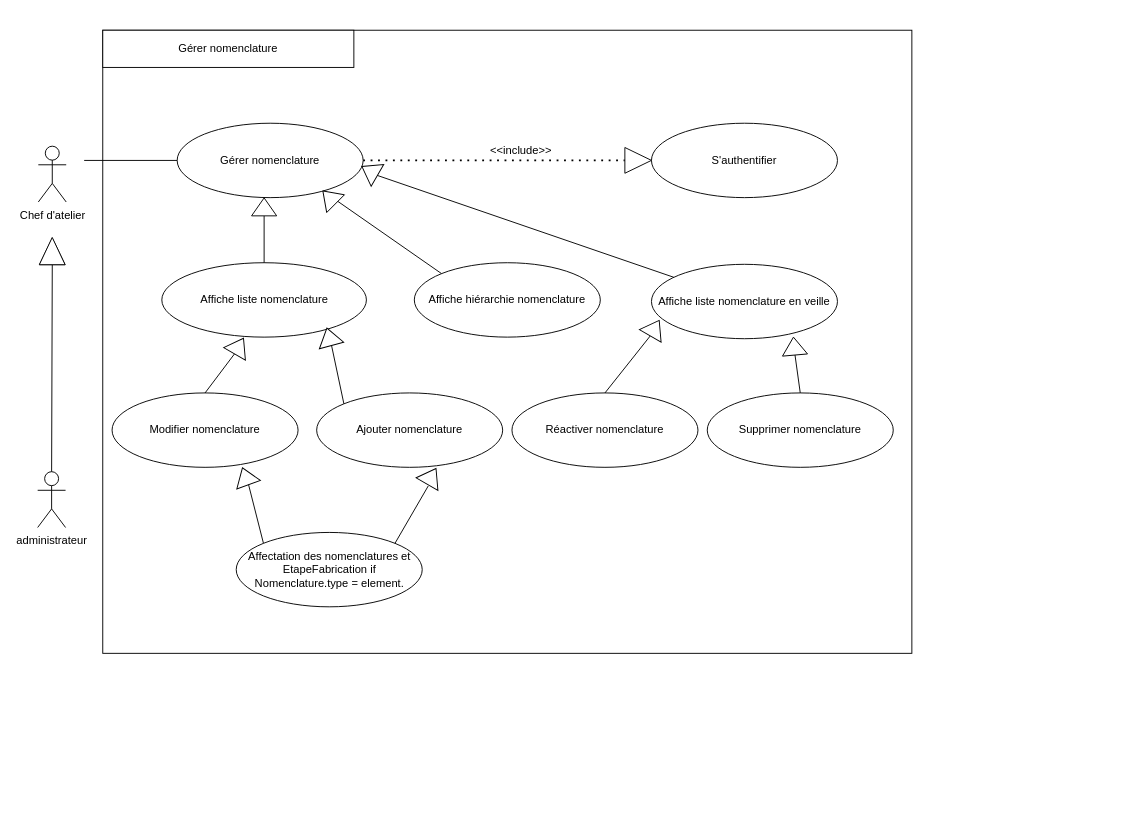
Earlier version of the draw.io diagram GérerNomenclature.drawio (AbdelazizBs/GPAO-SpringApp). Source tidied: cells renumbered, new cells numbered last; positions are measured from the earlier drawing's top-left corner, leaving out a move shared by most shapes. Both pictures are drawn from the tidied source at 93%, with x=0, y=0 at pixel (37, 30).
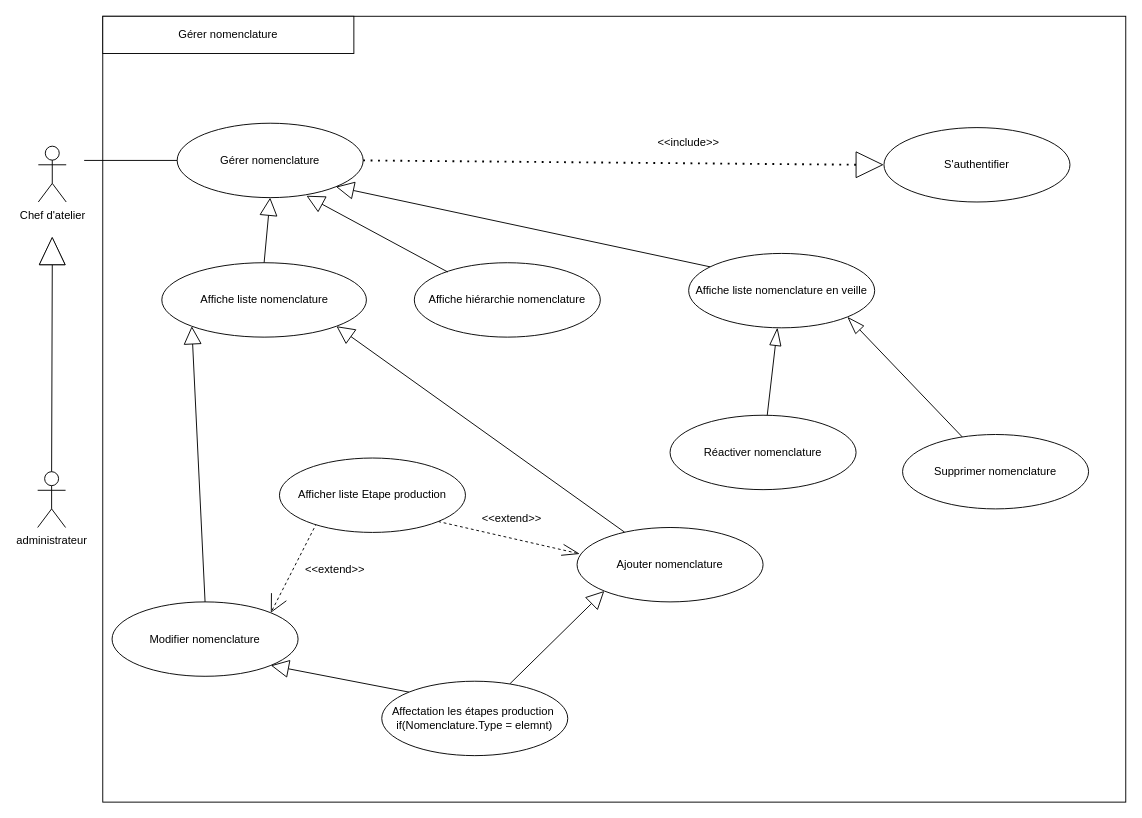
The same page after the edit.

Commit message:
Mettre à jour GérerNomenclature.drawio

Unchanged cells that the change refers to:
```xml
<mxCell id="5" value="Gérer nomenclature" style="ellipse;whiteSpace=wrap;html=1;" parent="1" vertex="1">
  <mxGeometry x="150" y="100" width="200" height="80" as="geometry" />
</mxCell>
<mxCell id="8" value="Affiche liste nomenclature" style="ellipse;whiteSpace=wrap;html=1;" parent="1" vertex="1">
  <mxGeometry x="133.5" y="250" width="220" height="80" as="geometry" />
</mxCell>
<mxCell id="20" value="Affiche hiérarchie nomenclature" style="ellipse;whiteSpace=wrap;html=1;" parent="1" vertex="1">
  <mxGeometry x="405" y="250" width="200" height="80" as="geometry" />
</mxCell>
```

The edit, as a diff of the source:
```diff
@@
     <mxCell id="2" style="rounded=0;whiteSpace=wrap;html=1;" parent="1" vertex="1">
-      <mxGeometry x="70" width="870" height="670" as="geometry" />
+      <mxGeometry x="70" y="-15" width="1100" height="845" as="geometry" />
     </mxCell>
@@
     <mxCell id="7" value="S'authentifier" style="ellipse;whiteSpace=wrap;html=1;" parent="1" vertex="1">
-      <mxGeometry x="660" y="100" width="200" height="80" as="geometry" />
+      <mxGeometry x="910" y="104.7" width="200" height="80" as="geometry" />
     </mxCell>
@@
-    <mxCell id="12" style="endArrow=none;html=1;rounded=0;exitX=0.5;exitY=0;exitDx=0;exitDy=0;entryX=0;entryY=0.5;entryDx=0;entryDy=0;" parent="1" edge="1" source="8" target="23">
-      <mxGeometry relative="1" as="geometry" />
-    </mxCell>
+    <mxCell id="41" style="rounded=0;jettySize=auto;html=1;exitX=0.2;exitY=0.875;exitDx=0;exitDy=0;endArrow=open;endFill=0;endSize=17;dashed=1;exitPerimeter=0;entryX=1;entryY=0;entryDx=0;entryDy=0;" parent="1" edge="1" source="30" target="13">
+      <mxGeometry relative="1" as="geometry" />
+    </mxCell>
     <mxCell id="13" value="Modifier nomenclature" style="ellipse;whiteSpace=wrap;html=1;" parent="1" vertex="1">
-      <mxGeometry x="80" y="390" width="200" height="80" as="geometry" />
+      <mxGeometry x="80" y="614.7" width="200" height="80" as="geometry" />
     </mxCell>
@@
     <mxCell id="15" style="triangle;whiteSpace=wrap;html=1;rotation=0;" parent="1" vertex="1">
-      <mxGeometry x="631.4" y="126.1" width="28.6" height="27.7" as="geometry" />
+      <mxGeometry x="880" y="130.8" width="28.6" height="27.7" as="geometry" />
     </mxCell>
     <mxCell id="16" value="&amp;lt;&amp;lt;include&amp;gt;&amp;gt;" style="text;html=1;strokeColor=none;fillColor=none;align=center;verticalAlign=middle;whiteSpace=wrap;rounded=0;" parent="1" vertex="1">
-      <mxGeometry x="500" y="120" width="40" height="20" as="geometry" />
+      <mxGeometry x="680" y="110.8" width="40" height="20" as="geometry" />
     </mxCell>
-    <mxCell id="17" style="endArrow=none;html=1;rounded=0;entryX=0;entryY=0.5;entryDx=0;entryDy=0;exitX=0.5;exitY=0;exitDx=0;exitDy=0;" parent="1" edge="1" source="13" target="19">
-      <mxGeometry relative="1" as="geometry" />
-    </mxCell>
     <mxCell id="18" value="Gérer nomenclature" style="rounded=0;whiteSpace=wrap;html=1;" parent="1" vertex="1">
-      <mxGeometry x="70" width="270" height="40" as="geometry" />
+      <mxGeometry x="70" y="-15" width="270" height="40" as="geometry" />
     </mxCell>
-    <mxCell id="19" style="triangle;whiteSpace=wrap;html=1;rotation=-150;direction=south;" parent="1" vertex="1">
-      <mxGeometry x="203" y="330" width="27" height="19.3" as="geometry" />
-    </mxCell>
@@
-    <mxCell id="21" style="endArrow=none;html=1;rounded=0;entryX=1;entryY=0.5;entryDx=0;entryDy=0;exitX=0;exitY=0;exitDx=0;exitDy=0;" parent="1" edge="1" source="20" target="22">
-      <mxGeometry relative="1" as="geometry" />
-    </mxCell>
-    <mxCell id="22" style="triangle;whiteSpace=wrap;html=1;rotation=135;direction=south;" parent="1" vertex="1">
-      <mxGeometry x="300" y="170" width="27" height="19.3" as="geometry" />
-    </mxCell>
-    <mxCell id="23" style="triangle;whiteSpace=wrap;html=1;rotation=-180;direction=south;" parent="1" vertex="1">
-      <mxGeometry x="230" y="180.3" width="27" height="19.3" as="geometry" />
-    </mxCell>
     <mxCell id="24" value="Affiche liste nomenclature en veille" style="ellipse;whiteSpace=wrap;html=1;" parent="1" vertex="1">
-      <mxGeometry x="660" y="251.7" width="200" height="80" as="geometry" />
+      <mxGeometry x="700" y="240" width="200" height="80" as="geometry" />
     </mxCell>
-    <mxCell id="25" style="triangle;whiteSpace=wrap;html=1;rotation=120;direction=south;" parent="1" vertex="1">
-      <mxGeometry x="343.5" y="141.7" width="27" height="19.3" as="geometry" />
-    </mxCell>
-    <mxCell id="26" style="endArrow=none;html=1;rounded=0;entryX=0;entryY=0.5;entryDx=0;entryDy=0;" parent="1" edge="1" source="24" target="25">
-      <mxGeometry relative="1" as="geometry" />
-    </mxCell>
+    <mxCell id="42" style="rounded=0;jettySize=auto;html=1;entryX=1;entryY=1;entryDx=0;entryDy=0;endArrow=block;endFill=0;endSize=17;" parent="1" edge="1" source="27" target="8">
+      <mxGeometry relative="1" as="geometry" />
+    </mxCell>
+    <mxCell id="43" style="rounded=0;jettySize=auto;html=1;entryX=0.014;entryY=0.354;entryDx=0;entryDy=0;entryPerimeter=0;endArrow=openThin;endFill=0;endSize=17;dashed=1;exitX=1;exitY=1;exitDx=0;exitDy=0;" parent="1" edge="1" source="30" target="27">
+      <mxGeometry relative="1" as="geometry" />
+    </mxCell>
     <mxCell id="27" value="Ajouter nomenclature" style="ellipse;whiteSpace=wrap;html=1;" parent="1" vertex="1">
-      <mxGeometry x="300" y="390" width="200" height="80" as="geometry" />
+      <mxGeometry x="580" y="534.7" width="200" height="80" as="geometry" />
     </mxCell>
-    <mxCell id="28" style="triangle;whiteSpace=wrap;html=1;rotation=-195;direction=south;" parent="1" vertex="1">
-      <mxGeometry x="300" y="320" width="27" height="19.3" as="geometry" />
-    </mxCell>
-    <mxCell id="29" style="endArrow=none;html=1;rounded=0;entryX=0;entryY=0.5;entryDx=0;entryDy=0;exitX=0;exitY=0;exitDx=0;exitDy=0;" parent="1" edge="1" source="27" target="28">
-      <mxGeometry relative="1" as="geometry" />
-    </mxCell>
-    <mxCell id="30" value="Affectation des nomenclatures et EtapeFabrication if Nomenclature.type = element." style="ellipse;whiteSpace=wrap;html=1;" parent="1" vertex="1">
-      <mxGeometry x="213.5" y="540" width="200" height="80" as="geometry" />
+    <mxCell id="30" value="Afficher liste Etape production" style="ellipse;whiteSpace=wrap;html=1;" parent="1" vertex="1">
+      <mxGeometry x="260" y="460" width="200" height="80" as="geometry" />
     </mxCell>
-    <mxCell id="31" style="triangle;whiteSpace=wrap;html=1;rotation=-200;direction=south;" parent="1" vertex="1">
-      <mxGeometry x="210" y="470" width="27" height="19.3" as="geometry" />
-    </mxCell>
-    <mxCell id="32" style="endArrow=none;html=1;rounded=0;entryX=0;entryY=0.5;entryDx=0;entryDy=0;exitX=0;exitY=0;exitDx=0;exitDy=0;" parent="1" edge="1" source="30" target="31">
-      <mxGeometry relative="1" as="geometry" />
-    </mxCell>
-    <mxCell id="33" style="triangle;whiteSpace=wrap;html=1;rotation=-150;direction=south;" parent="1" vertex="1">
-      <mxGeometry x="410" y="470" width="27" height="19.3" as="geometry" />
-    </mxCell>
-    <mxCell id="34" style="endArrow=none;html=1;rounded=0;exitX=1;exitY=0;exitDx=0;exitDy=0;" parent="1" edge="1" source="30">
-      <mxGeometry relative="1" as="geometry">
-        <mxPoint x="420" y="490" as="targetPoint" />
-      </mxGeometry>
-    </mxCell>
+    <mxCell id="44" style="rounded=0;jettySize=auto;html=1;endArrow=blockThin;endFill=0;endSize=17;" parent="1" edge="1" source="35" target="24">
+      <mxGeometry relative="1" as="geometry" />
+    </mxCell>
     <mxCell id="35" value="Réactiver nomenclature" style="ellipse;whiteSpace=wrap;html=1;" parent="1" vertex="1">
-      <mxGeometry x="510" y="390" width="200" height="80" as="geometry" />
+      <mxGeometry x="680" y="414" width="200" height="80" as="geometry" />
     </mxCell>
-    <mxCell id="36" style="endArrow=none;html=1;rounded=0;exitX=0.5;exitY=0;exitDx=0;exitDy=0;entryX=0;entryY=0.5;entryDx=0;entryDy=0;" parent="1" edge="1" source="35" target="37">
-      <mxGeometry relative="1" as="geometry" />
-    </mxCell>
-    <mxCell id="37" style="triangle;whiteSpace=wrap;html=1;rotation=-150;direction=south;" parent="1" vertex="1">
-      <mxGeometry x="650" y="310.7" width="27" height="19.3" as="geometry" />
-    </mxCell>
+    <mxCell id="45" style="rounded=0;jettySize=auto;html=1;entryX=1;entryY=1;entryDx=0;entryDy=0;endArrow=blockThin;endFill=0;endSize=17;" parent="1" edge="1" source="38" target="24">
+      <mxGeometry relative="1" as="geometry" />
+    </mxCell>
     <mxCell id="38" value="Supprimer nomenclature" style="ellipse;whiteSpace=wrap;html=1;" parent="1" vertex="1">
-      <mxGeometry x="720" y="390" width="200" height="80" as="geometry" />
+      <mxGeometry x="930" y="434.7" width="200" height="80" as="geometry" />
     </mxCell>
-    <mxCell id="39" style="triangle;whiteSpace=wrap;html=1;rotation=-185;direction=south;" parent="1" vertex="1">
-      <mxGeometry x="800" y="330" width="27" height="19.3" as="geometry" />
-    </mxCell>
-    <mxCell id="40" style="endArrow=none;html=1;rounded=0;exitX=0.5;exitY=0;exitDx=0;exitDy=0;entryX=0;entryY=0.5;entryDx=0;entryDy=0;" parent="1" edge="1" source="38" target="39">
-      <mxGeometry relative="1" as="geometry" />
-    </mxCell>
+    <mxCell id="46" style="rounded=0;jettySize=auto;html=1;entryX=0;entryY=1;entryDx=0;entryDy=0;endSize=17;endArrow=block;endFill=0;" parent="1" edge="1" source="48" target="27">
+      <mxGeometry relative="1" as="geometry" />
+    </mxCell>
+    <mxCell id="47" style="rounded=0;jettySize=auto;html=1;exitX=0;exitY=0;exitDx=0;exitDy=0;entryX=1;entryY=1;entryDx=0;entryDy=0;endSize=17;endArrow=block;endFill=0;" parent="1" edge="1" source="48" target="13">
+      <mxGeometry relative="1" as="geometry" />
+    </mxCell>
+    <mxCell id="48" value="Affectation les étapes production&amp;nbsp;&lt;br&gt;if(Nomenclature.Type = elemnt)" style="ellipse;whiteSpace=wrap;html=1;" parent="1" vertex="1">
+      <mxGeometry x="370" y="700" width="200" height="80" as="geometry" />
+    </mxCell>
+    <mxCell id="49" style="rounded=0;jettySize=auto;html=1;entryX=0;entryY=1;entryDx=0;entryDy=0;endArrow=block;endFill=0;endSize=17;exitX=0.5;exitY=0;exitDx=0;exitDy=0;" parent="1" edge="1" source="13" target="8">
+      <mxGeometry relative="1" as="geometry" />
+    </mxCell>
+    <mxCell id="50" style="rounded=0;jettySize=auto;html=1;entryX=0.695;entryY=0.975;entryDx=0;entryDy=0;endArrow=block;endFill=0;endSize=17;exitX=0.18;exitY=0.125;exitDx=0;exitDy=0;exitPerimeter=0;entryPerimeter=0;" parent="1" edge="1" source="20" target="5">
+      <mxGeometry relative="1" as="geometry" />
+    </mxCell>
+    <mxCell id="51" style="rounded=0;jettySize=auto;html=1;entryX=1;entryY=1;entryDx=0;entryDy=0;endArrow=block;endFill=0;endSize=17;exitX=0.115;exitY=0.18;exitDx=0;exitDy=0;exitPerimeter=0;" parent="1" edge="1" source="24" target="5">
+      <mxGeometry relative="1" as="geometry" />
+    </mxCell>
+    <mxCell id="52" value="&amp;lt;&amp;lt;extend&amp;gt;&amp;gt;" style="text;html=1;strokeColor=none;fillColor=none;align=center;verticalAlign=middle;whiteSpace=wrap;rounded=0;" parent="1" vertex="1">
+      <mxGeometry x="490" y="514.7" width="40" height="20" as="geometry" />
+    </mxCell>
+    <mxCell id="53" value="&amp;lt;&amp;lt;extend&amp;gt;&amp;gt;" style="text;html=1;strokeColor=none;fillColor=none;align=center;verticalAlign=middle;whiteSpace=wrap;rounded=0;" parent="1" vertex="1">
+      <mxGeometry x="300" y="570" width="40" height="20" as="geometry" />
+    </mxCell>
+    <mxCell id="54" style="rounded=0;jettySize=auto;html=1;entryX=0.5;entryY=1;entryDx=0;entryDy=0;endArrow=block;endFill=0;endSize=17;exitX=0.5;exitY=0;exitDx=0;exitDy=0;" parent="1" edge="1" source="8" target="5">
+      <mxGeometry relative="1" as="geometry" />
+    </mxCell>
```
